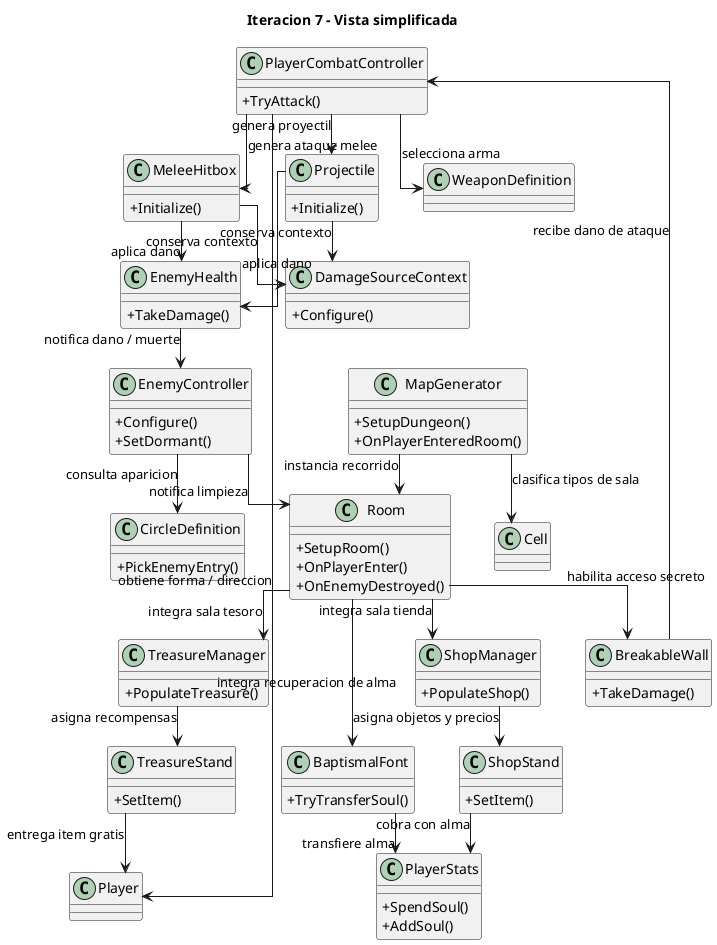
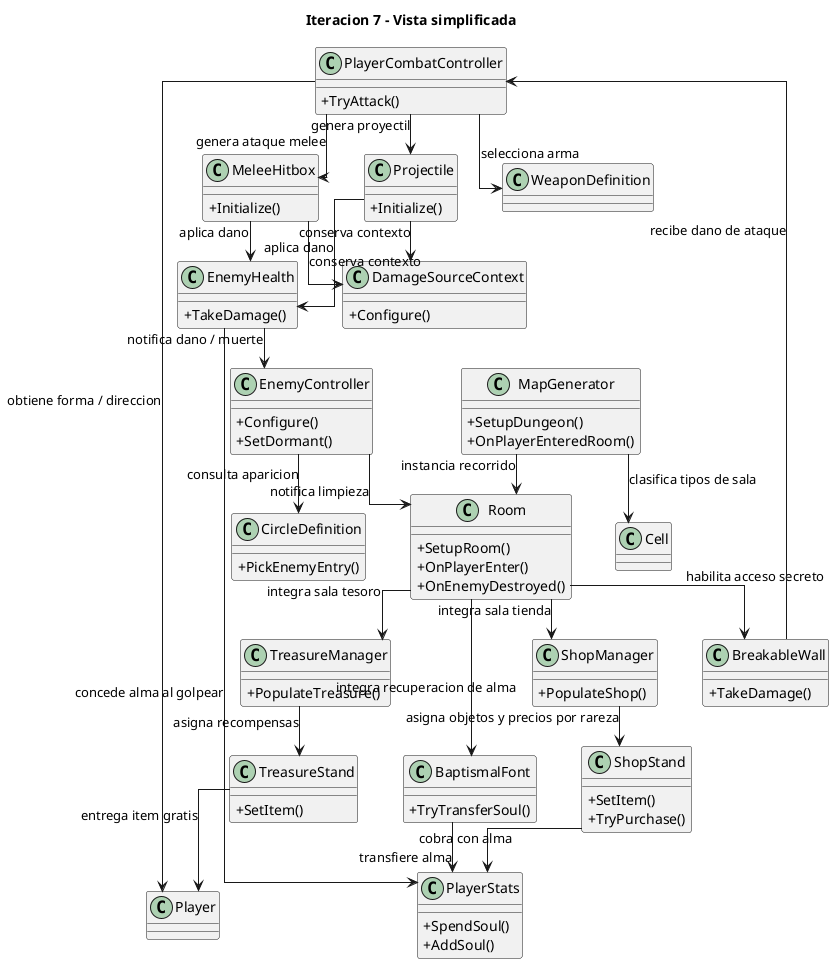
@startuml
skinparam backgroundColor white
skinparam shadowing false
skinparam classAttributeIconSize 0
skinparam packageStyle rectangle
skinparam linetype ortho
skinparam nodesep 45
skinparam ranksep 40

title Iteracion 7 - Vista simplificada

class Player

class PlayerCombatController {
  +TryAttack()
}

class WeaponDefinition

class Projectile {
  +Initialize()
}

class MeleeHitbox {
  +Initialize()
}

class DamageSourceContext {
  +Configure()
}

class EnemyController {
  +Configure()
  +SetDormant()
}

class EnemyHealth {
  +TakeDamage()
}

class CircleDefinition {
  +PickEnemyEntry()
}

class MapGenerator {
  +SetupDungeon()
  +OnPlayerEnteredRoom()
}

class Cell

class Room {
  +SetupRoom()
  +OnPlayerEnter()
  +OnEnemyDestroyed()
}

class ShopManager {
  +PopulateShop()
}

class ShopStand {
  +SetItem()
+   +TryPurchase()
}

class TreasureManager {
  +PopulateTreasure()
}

class TreasureStand {
  +SetItem()
}

class BreakableWall {
  +TakeDamage()
}

class BaptismalFont {
  +TryTransferSoul()
}

class PlayerStats {
  +SpendSoul()
  +AddSoul()
}

PlayerCombatController --> Player : obtiene forma / direccion
PlayerCombatController --> WeaponDefinition : selecciona arma
PlayerCombatController --> MeleeHitbox : genera ataque melee
PlayerCombatController --> Projectile : genera proyectil

MeleeHitbox --> DamageSourceContext : conserva contexto
Projectile --> DamageSourceContext : conserva contexto
MeleeHitbox --> EnemyHealth : aplica dano
Projectile --> EnemyHealth : aplica dano

EnemyHealth --> EnemyController : notifica dano / muerte
+ EnemyHealth --> PlayerStats : concede alma al golpear
EnemyController --> CircleDefinition : consulta aparicion
EnemyController --> Room : notifica limpieza

MapGenerator --> Cell : clasifica tipos de sala
MapGenerator --> Room : instancia recorrido

Room --> ShopManager : integra sala tienda
Room --> TreasureManager : integra sala tesoro
Room --> BreakableWall : habilita acceso secreto
Room --> BaptismalFont : integra recuperacion de alma

- ShopManager --> ShopStand : asigna objetos y precios
+ ShopManager --> ShopStand : asigna objetos y precios por rareza
ShopStand --> PlayerStats : cobra con alma
TreasureManager --> TreasureStand : asigna recompensas
TreasureStand --> Player : entrega item gratis
BreakableWall --> PlayerCombatController : recibe dano de ataque
BaptismalFont --> PlayerStats : transfiere alma

@enduml
